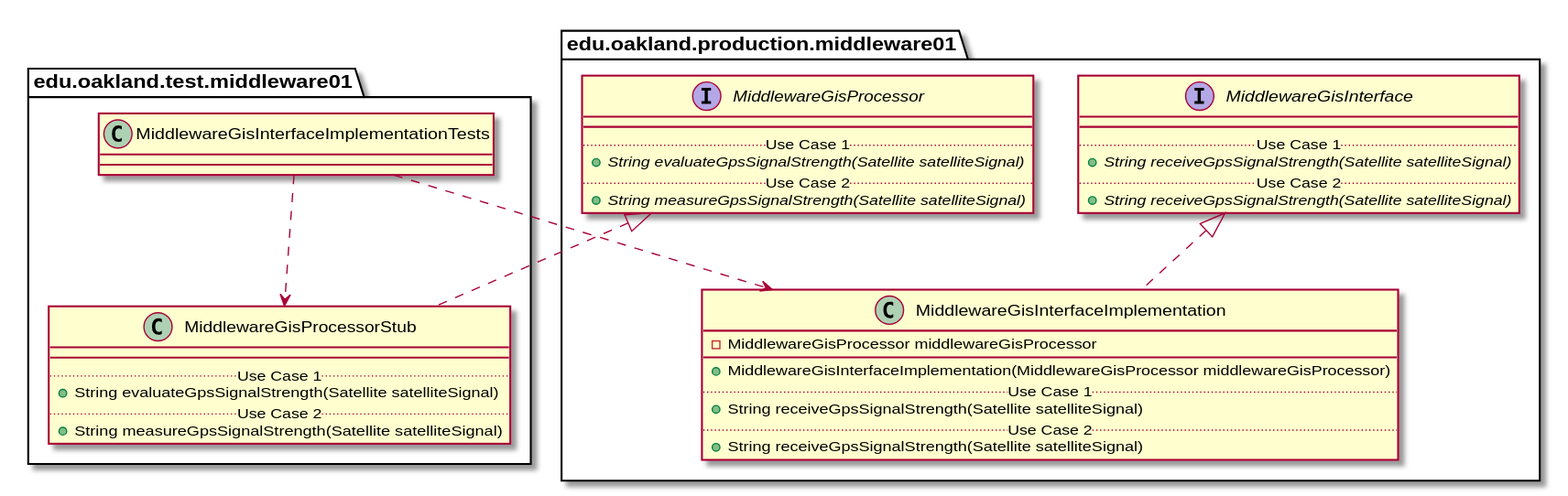
Before: docs/uml-class-diagrams/middleware01/test/MiddlewareGisInterfaceImplementationTests/MiddlewareGisInterfaceImplementationTests_Closure.svg, a diagram exported from PlantUML (elilley15/csi-3370-software-project).
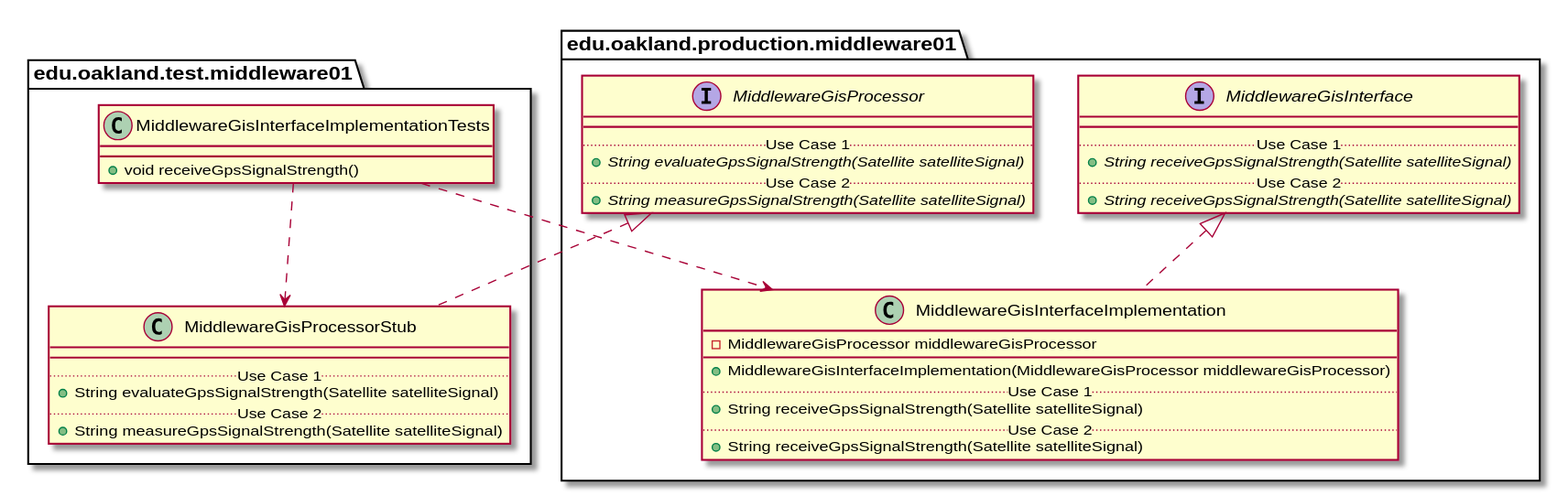
Later version of the same file.

Diff of the diagram source:
```diff
@@ -2,9 +2,9 @@
 
 
 package edu.oakland.test.middleware01 {
-    class MiddlewareGisInterfaceImplementationTests {
-
-    }
+  class MiddlewareGisInterfaceImplementationTests {
+    + void receiveGpsSignalStrength()
+  }
 }
 
 
```
